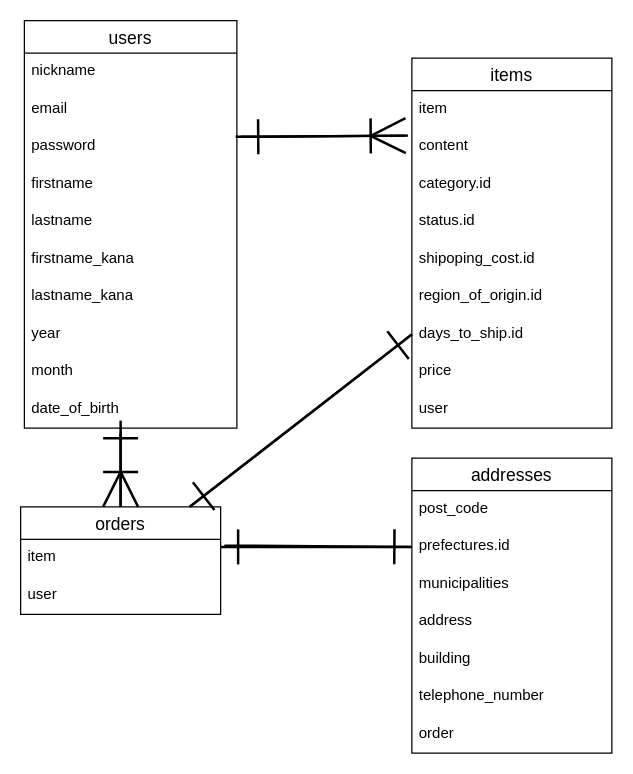
masayareb/furima-38801 keeps this draw.io diagram as test.dio. Above is the earlier version. Source tidied: cells renumbered, new cells numbered last; positions are measured from the earlier drawing's top-left corner, leaving out a move shared by most shapes. Both pictures are drawn from the tidied source at 125%, with x=0, y=0 at pixel (20, 20).
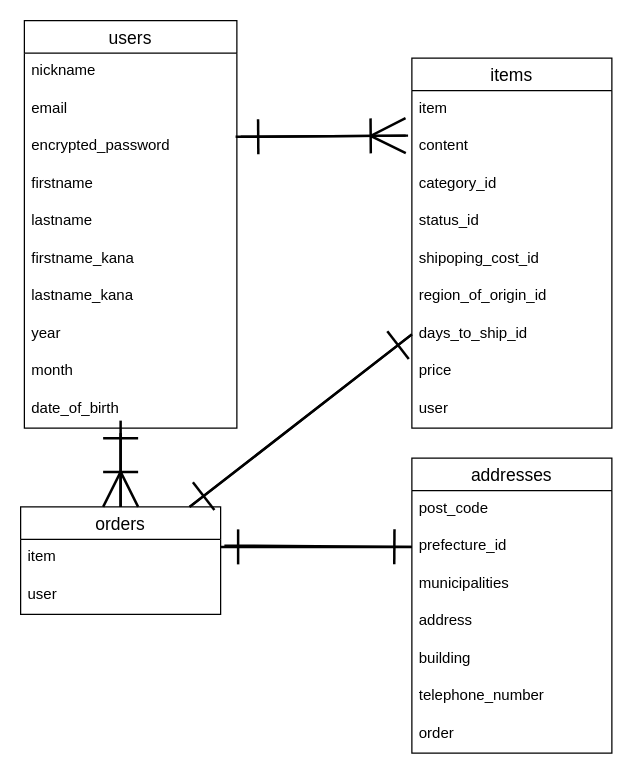
After the change.

Commit message (it also covers changes not shown here):
データベース設計_修正2

Unchanged cells that the change refers to:
```xml
<mxCell id="2" value="users" style="swimlane;fontStyle=0;horizontal=1;startSize=26;align=center;fontSize=14;" parent="1" vertex="1">
  <mxGeometry x="3" width="170" height="326" as="geometry" />
</mxCell>
<mxCell id="13" value="items" style="swimlane;fontStyle=0;horizontal=1;startSize=26;align=center;fontSize=14;" parent="1" vertex="1">
  <mxGeometry x="313" y="30" width="160" height="296" as="geometry" />
</mxCell>
<mxCell id="27" value="addresses" style="swimlane;fontStyle=0;horizontal=1;startSize=26;align=center;fontSize=14;" parent="1" vertex="1">
  <mxGeometry x="313" y="350" width="160" height="236" as="geometry" />
</mxCell>
```

Diff of the diagram source:
```diff
@@
-    <mxCell id="5" value="password" style="text;strokeColor=none;fillColor=none;spacingLeft=4;spacingRight=4;overflow=hidden;points=[[0,0.5],[1,0.5]];portConstraint=eastwest;fontSize=12;" parent="2" vertex="1">
+    <mxCell id="5" value="encrypted_password" style="text;strokeColor=none;fillColor=none;spacingLeft=4;spacingRight=4;overflow=hidden;points=[[0,0.5],[1,0.5]];portConstraint=eastwest;fontSize=12;" parent="2" vertex="1">
       <mxGeometry y="86" width="170" height="30" as="geometry" />
     </mxCell>
@@
-    <mxCell id="16" value="category.id" style="text;strokeColor=none;fillColor=none;spacingLeft=4;spacingRight=4;overflow=hidden;fontSize=12;" parent="13" vertex="1">
+    <mxCell id="16" value="category_id" style="text;strokeColor=none;fillColor=none;spacingLeft=4;spacingRight=4;overflow=hidden;fontSize=12;" parent="13" vertex="1">
       <mxGeometry y="86" width="160" height="30" as="geometry" />
     </mxCell>
-    <mxCell id="17" value="status.id" style="text;strokeColor=none;fillColor=none;spacingLeft=4;spacingRight=4;overflow=hidden;fontSize=12;" parent="13" vertex="1">
+    <mxCell id="17" value="status_id" style="text;strokeColor=none;fillColor=none;spacingLeft=4;spacingRight=4;overflow=hidden;fontSize=12;" parent="13" vertex="1">
       <mxGeometry y="116" width="160" height="30" as="geometry" />
     </mxCell>
-    <mxCell id="18" value="shipoping_cost.id" style="text;strokeColor=none;fillColor=none;spacingLeft=4;spacingRight=4;overflow=hidden;fontSize=12;" parent="13" vertex="1">
+    <mxCell id="18" value="shipoping_cost_id" style="text;strokeColor=none;fillColor=none;spacingLeft=4;spacingRight=4;overflow=hidden;fontSize=12;" parent="13" vertex="1">
       <mxGeometry y="146" width="160" height="30" as="geometry" />
     </mxCell>
-    <mxCell id="19" value="region_of_origin.id" style="text;strokeColor=none;fillColor=none;spacingLeft=4;spacingRight=4;overflow=hidden;fontSize=12;" parent="13" vertex="1">
+    <mxCell id="19" value="region_of_origin_id" style="text;strokeColor=none;fillColor=none;spacingLeft=4;spacingRight=4;overflow=hidden;fontSize=12;" parent="13" vertex="1">
       <mxGeometry y="176" width="160" height="30" as="geometry" />
     </mxCell>
-    <mxCell id="20" value="days_to_ship.id" style="text;strokeColor=none;fillColor=none;spacingLeft=4;spacingRight=4;overflow=hidden;points=[[0,0.5],[1,0.5]];portConstraint=eastwest;fontSize=12;" parent="13" vertex="1">
+    <mxCell id="20" value="days_to_ship_id" style="text;strokeColor=none;fillColor=none;spacingLeft=4;spacingRight=4;overflow=hidden;points=[[0,0.5],[1,0.5]];portConstraint=eastwest;fontSize=12;" parent="13" vertex="1">
       <mxGeometry y="206" width="160" height="30" as="geometry" />
     </mxCell>
@@
-    <mxCell id="29" value="prefectures.id" style="text;strokeColor=none;fillColor=none;spacingLeft=4;spacingRight=4;overflow=hidden;points=[[0,0.5],[1,0.5]];portConstraint=eastwest;fontSize=12;" parent="27" vertex="1">
+    <mxCell id="29" value="prefecture_id" style="text;strokeColor=none;fillColor=none;spacingLeft=4;spacingRight=4;overflow=hidden;points=[[0,0.5],[1,0.5]];portConstraint=eastwest;fontSize=12;" parent="27" vertex="1">
       <mxGeometry y="56" width="160" height="30" as="geometry" />
     </mxCell>
```
